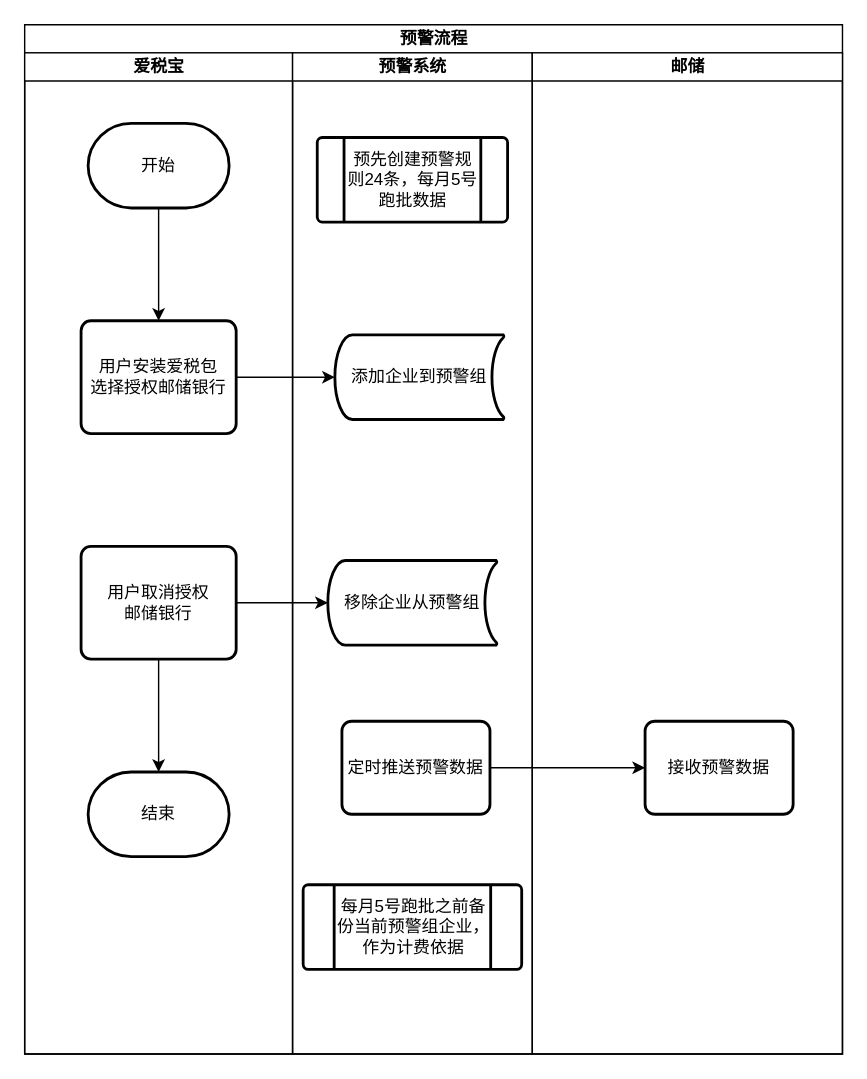
Above: 江苏邮储预警报告流程.drawio in quanqiang-li/draw (draw.io), before the change. Source tidied: cells renumbered, new cells numbered last; positions are measured from the earlier drawing's top-left corner, leaving out a move shared by most shapes. Both pictures are drawn from the tidied source at 141%, with x=0, y=0 at pixel (24, 24).
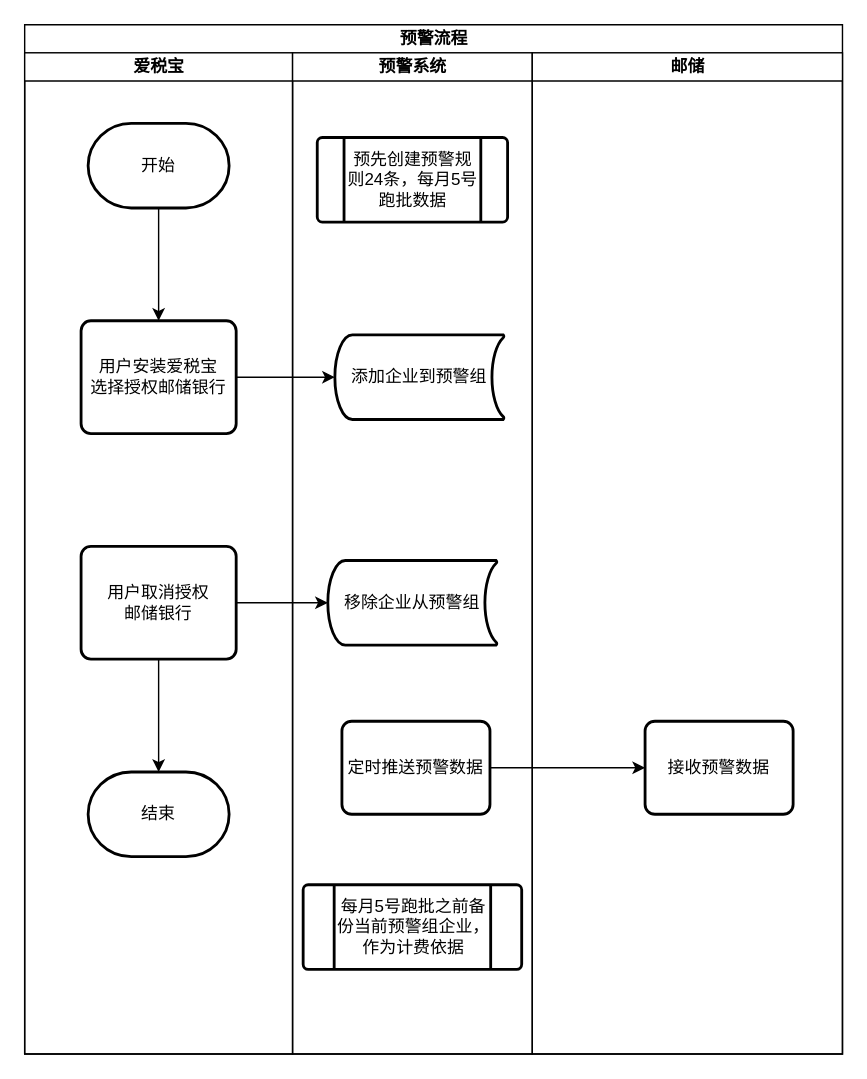
The same page after the edit.

Commit message:
更新江苏邮储预警报告流程.drawio

Unchanged cells that the change refers to:
```xml
<mxCell id="3" value="爱税宝" style="swimlane;html=1;startSize=20;" parent="2" vertex="1">
  <mxGeometry y="20" width="190" height="710" as="geometry" />
</mxCell>
```

Diff of the diagram source:
```diff
@@
-    <mxCell id="6" value="用户安装爱税包&lt;br&gt;选择授权邮储银行" style="rounded=1;whiteSpace=wrap;html=1;absoluteArcSize=1;arcSize=14;strokeWidth=2;" parent="3" vertex="1">
+    <mxCell id="6" value="用户安装爱税宝&lt;br&gt;选择授权邮储银行" style="rounded=1;whiteSpace=wrap;html=1;absoluteArcSize=1;arcSize=14;strokeWidth=2;" parent="3" vertex="1">
       <mxGeometry x="40" y="190" width="110" height="80" as="geometry" />
     </mxCell>
```
